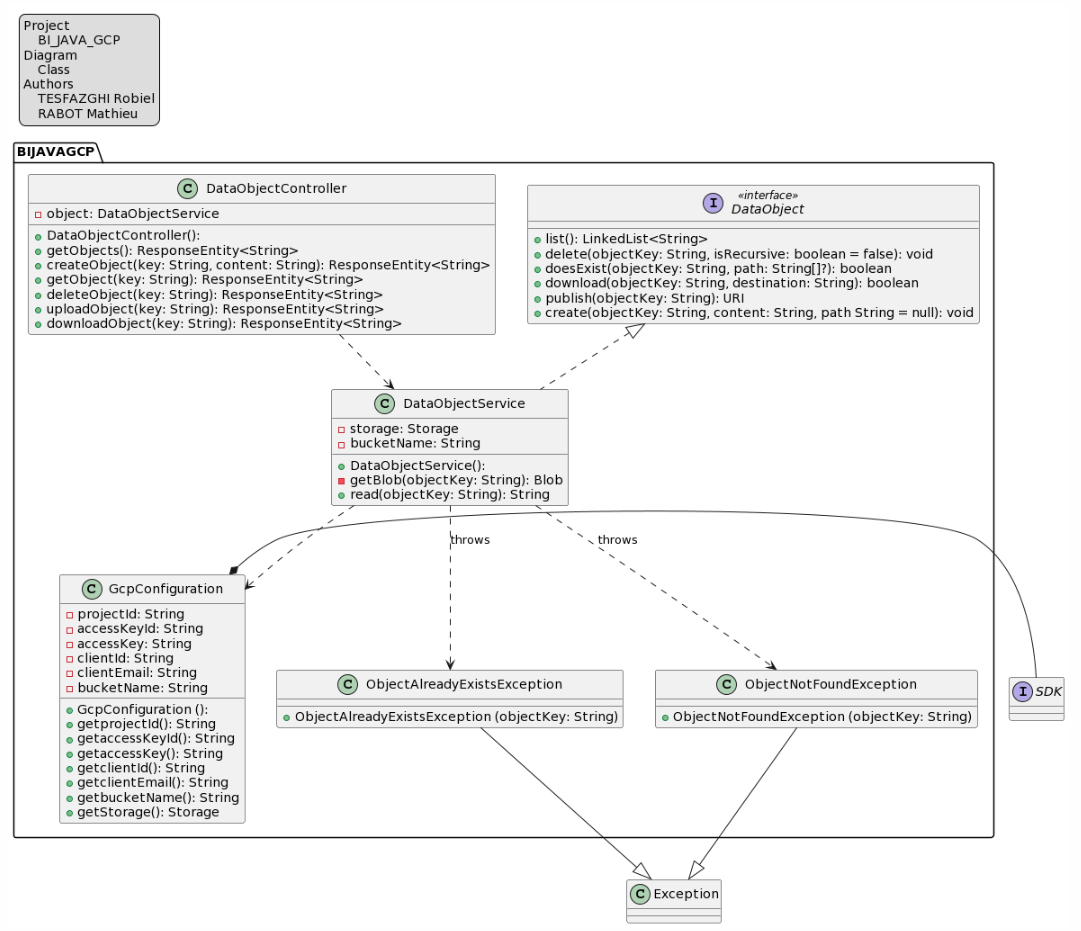
Before: doc/class/Diagramme de classe.png, a diagram exported from PlantUML (CPNV-ES-BI/BI_JAVA_GCP). Its source is kept beside it as doc/class/Diagramme de classe.plantuml.
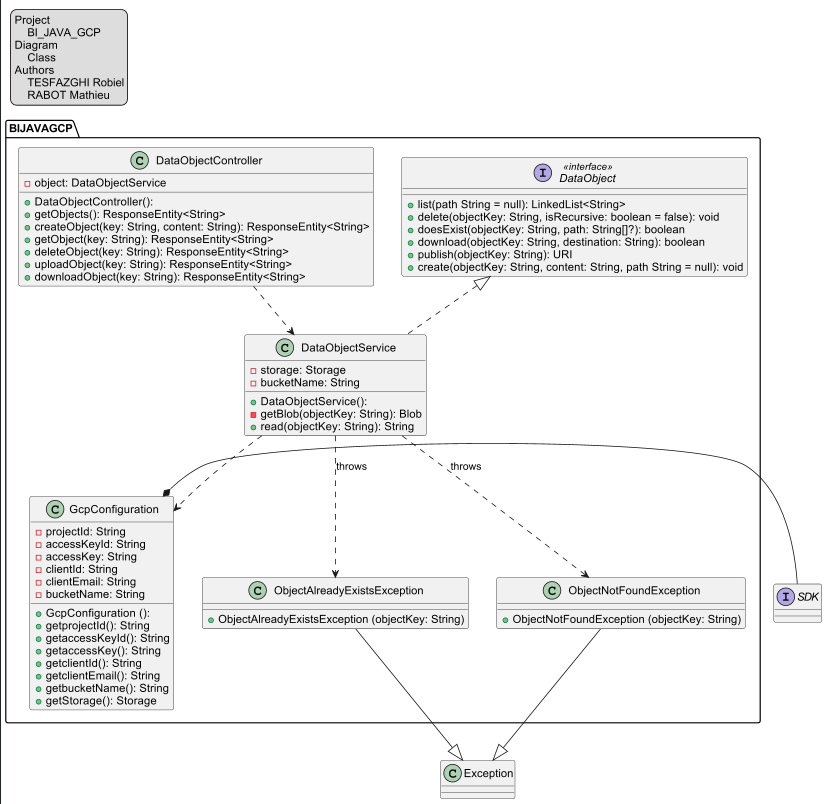
After the commit.

Commit message:
Update class diagram

Change to the diagram source:
```diff
@@ -12,7 +12,7 @@
 
 package BIJAVAGCP {
     interface DataObject << interface >>{
-        + list(): LinkedList<String>
+        + list(path String = null): LinkedList<String>
         + delete(objectKey: String, isRecursive: boolean = false): void
         + doesExist(objectKey: String, path: String[]?): boolean
         + download(objectKey: String, destination: String): boolean
```
